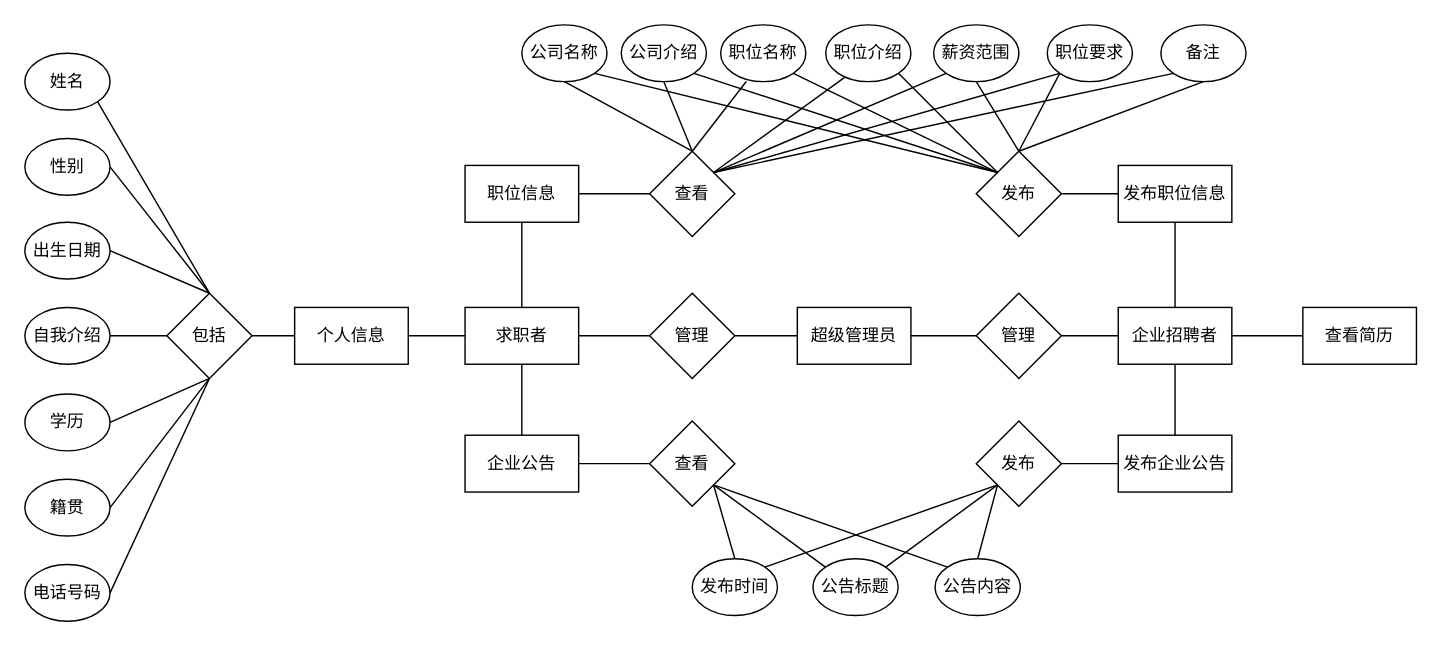
Earlier version of the draw.io diagram ER图.drawio (Tjoney/All). Source tidied: cells renumbered, new cells numbered last; positions are measured from the earlier drawing's top-left corner, leaving out a move shared by most shapes. Both pictures are drawn from the tidied source at 142%, with x=0, y=0 at pixel (24, 24).
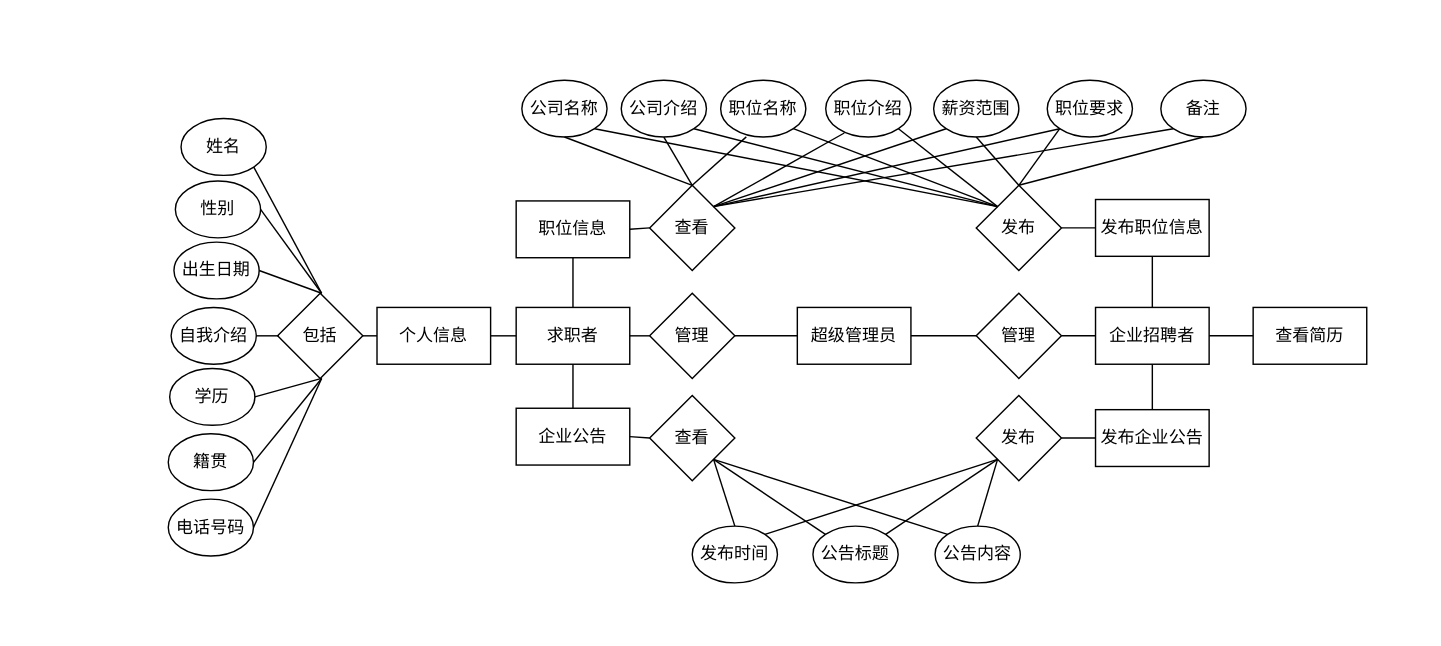
After the change.

The edit, as a diff of the source:
```diff
@@
     <mxCell id="5" value="求职者" style="rounded=0;whiteSpace=wrap;html=1;" parent="1" vertex="1">
-      <mxGeometry x="310" y="199" width="80" height="40" as="geometry" />
+      <mxGeometry x="346" y="199" width="80" height="40" as="geometry" />
     </mxCell>
     <mxCell id="6" value="企业招聘者" style="rounded=0;whiteSpace=wrap;html=1;" parent="1" vertex="1">
-      <mxGeometry x="770" y="199" width="80" height="40" as="geometry" />
+      <mxGeometry x="754" y="199" width="80" height="40" as="geometry" />
     </mxCell>
     <mxCell id="7" value="职位信息" style="rounded=0;whiteSpace=wrap;html=1;" parent="1" vertex="1">
-      <mxGeometry x="310" y="99" width="80" height="40" as="geometry" />
+      <mxGeometry x="346" y="124" width="80" height="40" as="geometry" />
     </mxCell>
     <mxCell id="8" value="企业公告" style="rounded=0;whiteSpace=wrap;html=1;" parent="1" vertex="1">
-      <mxGeometry x="310" y="289" width="80" height="40" as="geometry" />
+      <mxGeometry x="346" y="270" width="80" height="40" as="geometry" />
     </mxCell>
     <mxCell id="9" value="个人信息" style="rounded=0;whiteSpace=wrap;html=1;" parent="1" vertex="1">
-      <mxGeometry x="190" y="199" width="80" height="40" as="geometry" />
+      <mxGeometry x="248" y="199" width="80" height="40" as="geometry" />
     </mxCell>
     <mxCell id="10" value="查看简历" style="rounded=0;whiteSpace=wrap;html=1;" parent="1" vertex="1">
-      <mxGeometry x="900" y="199" width="80" height="40" as="geometry" />
+      <mxGeometry x="865" y="199" width="80" height="40" as="geometry" />
     </mxCell>
     <mxCell id="11" value="发布职位信息" style="rounded=0;whiteSpace=wrap;html=1;" parent="1" vertex="1">
-      <mxGeometry x="770" y="99" width="80" height="40" as="geometry" />
+      <mxGeometry x="754" y="123" width="80" height="40" as="geometry" />
     </mxCell>
     <mxCell id="12" value="发布企业公告" style="rounded=0;whiteSpace=wrap;html=1;" parent="1" vertex="1">
-      <mxGeometry x="770" y="289" width="80" height="40" as="geometry" />
+      <mxGeometry x="754" y="271" width="80" height="40" as="geometry" />
     </mxCell>
@@
     <mxCell id="23" value="公司名称" style="ellipse;whiteSpace=wrap;html=1;" parent="1" vertex="1">
-      <mxGeometry x="350" width="60" height="40" as="geometry" />
+      <mxGeometry x="350" y="39" width="60" height="40" as="geometry" />
     </mxCell>
     <mxCell id="24" value="发布时间" style="ellipse;whiteSpace=wrap;html=1;" parent="1" vertex="1">
-      <mxGeometry x="470" y="376" width="60" height="40" as="geometry" />
+      <mxGeometry x="470" y="353" width="60" height="40" as="geometry" />
     </mxCell>
     <mxCell id="25" value="公司介绍" style="ellipse;whiteSpace=wrap;html=1;" parent="1" vertex="1">
-      <mxGeometry x="420" width="60" height="40" as="geometry" />
+      <mxGeometry x="420" y="39" width="60" height="40" as="geometry" />
     </mxCell>
     <mxCell id="26" value="备注" style="ellipse;whiteSpace=wrap;html=1;" parent="1" vertex="1">
-      <mxGeometry x="800" width="60" height="40" as="geometry" />
+      <mxGeometry x="800" y="39" width="60" height="40" as="geometry" />
     </mxCell>
     <mxCell id="27" value="职位名称" style="ellipse;whiteSpace=wrap;html=1;" parent="1" vertex="1">
-      <mxGeometry x="490" width="60" height="40" as="geometry" />
+      <mxGeometry x="490" y="39" width="60" height="40" as="geometry" />
     </mxCell>
     <mxCell id="28" value="职位介绍" style="ellipse;whiteSpace=wrap;html=1;" parent="1" vertex="1">
-      <mxGeometry x="564" width="60" height="40" as="geometry" />
+      <mxGeometry x="564" y="39" width="60" height="40" as="geometry" />
     </mxCell>
     <mxCell id="29" value="薪资范围" style="ellipse;whiteSpace=wrap;html=1;" parent="1" vertex="1">
-      <mxGeometry x="640" width="60" height="40" as="geometry" />
+      <mxGeometry x="640" y="39" width="60" height="40" as="geometry" />
     </mxCell>
     <mxCell id="30" value="职位要求" style="ellipse;whiteSpace=wrap;html=1;" parent="1" vertex="1">
-      <mxGeometry x="720" width="60" height="40" as="geometry" />
+      <mxGeometry x="720" y="39" width="60" height="40" as="geometry" />
     </mxCell>
     <mxCell id="31" value="查看" style="rhombus;whiteSpace=wrap;html=1;" parent="1" vertex="1">
-      <mxGeometry x="440" y="89" width="60" height="60" as="geometry" />
+      <mxGeometry x="440" y="113" width="60" height="60" as="geometry" />
     </mxCell>
     <mxCell id="32" value="发布" style="rhombus;whiteSpace=wrap;html=1;" parent="1" vertex="1">
-      <mxGeometry x="670" y="89" width="60" height="60" as="geometry" />
+      <mxGeometry x="670" y="113" width="60" height="60" as="geometry" />
     </mxCell>
@@
     <mxCell id="49" value="公告标题" style="ellipse;whiteSpace=wrap;html=1;" parent="1" vertex="1">
-      <mxGeometry x="555" y="376" width="60" height="40" as="geometry" />
+      <mxGeometry x="555" y="353" width="60" height="40" as="geometry" />
     </mxCell>
     <mxCell id="50" value="公告内容" style="ellipse;whiteSpace=wrap;html=1;" parent="1" vertex="1">
-      <mxGeometry x="641" y="376" width="60" height="40" as="geometry" />
+      <mxGeometry x="641" y="353" width="60" height="40" as="geometry" />
     </mxCell>
     <mxCell id="51" value="查看" style="rhombus;whiteSpace=wrap;html=1;" parent="1" vertex="1">
-      <mxGeometry x="440" y="279" width="60" height="60" as="geometry" />
+      <mxGeometry x="440" y="261" width="60" height="60" as="geometry" />
     </mxCell>
     <mxCell id="52" value="发布" style="rhombus;whiteSpace=wrap;html=1;" parent="1" vertex="1">
-      <mxGeometry x="670" y="279" width="60" height="60" as="geometry" />
+      <mxGeometry x="670" y="261" width="60" height="60" as="geometry" />
     </mxCell>
@@
     <mxCell id="61" value="姓名" style="ellipse;whiteSpace=wrap;html=1;" parent="1" vertex="1">
-      <mxGeometry y="20" width="60" height="40" as="geometry" />
+      <mxGeometry x="110" y="66" width="60" height="40" as="geometry" />
     </mxCell>
     <mxCell id="62" value="性别" style="ellipse;whiteSpace=wrap;html=1;" parent="1" vertex="1">
-      <mxGeometry y="80" width="60" height="40" as="geometry" />
+      <mxGeometry x="106" y="110" width="60" height="40" as="geometry" />
     </mxCell>
     <mxCell id="63" value="出生日期" style="ellipse;whiteSpace=wrap;html=1;" parent="1" vertex="1">
-      <mxGeometry y="139" width="60" height="40" as="geometry" />
+      <mxGeometry x="105" y="153" width="60" height="40" as="geometry" />
     </mxCell>
     <mxCell id="64" value="自我介绍" style="ellipse;whiteSpace=wrap;html=1;" parent="1" vertex="1">
-      <mxGeometry y="199" width="60" height="40" as="geometry" />
+      <mxGeometry x="103" y="199" width="60" height="40" as="geometry" />
     </mxCell>
     <mxCell id="65" value="学历" style="ellipse;whiteSpace=wrap;html=1;" parent="1" vertex="1">
-      <mxGeometry y="260" width="60" height="40" as="geometry" />
+      <mxGeometry x="102" y="242" width="60" height="40" as="geometry" />
     </mxCell>
     <mxCell id="66" value="籍贯" style="ellipse;whiteSpace=wrap;html=1;" parent="1" vertex="1">
-      <mxGeometry y="320" width="60" height="40" as="geometry" />
+      <mxGeometry x="101" y="288" width="60" height="40" as="geometry" />
     </mxCell>
     <mxCell id="67" value="电话号码" style="ellipse;whiteSpace=wrap;html=1;" parent="1" vertex="1">
-      <mxGeometry y="380" width="60" height="40" as="geometry" />
+      <mxGeometry x="101" y="334" width="60" height="40" as="geometry" />
     </mxCell>
     <mxCell id="68" value="包括" style="rhombus;whiteSpace=wrap;html=1;" parent="1" vertex="1">
-      <mxGeometry x="100" y="189" width="60" height="60" as="geometry" />
+      <mxGeometry x="178" y="189" width="60" height="60" as="geometry" />
     </mxCell>
@@
-    <mxCell id="70" style="endArrow=none;html=1;rounded=0;exitX=1;exitY=1;exitDx=0;exitDy=0;entryX=0.5;entryY=0;entryDx=0;entryDy=0;" parent="1" edge="1" source="61" target="68">
-      <mxGeometry relative="1" as="geometry" />
+    <mxCell id="70" style="endArrow=none;html=1;rounded=0;exitX=1;exitY=1;exitDx=0;exitDy=0;entryX=0.5;entryY=0;entryDx=0;entryDy=0;" parent="1" edge="1" source="61">
+      <mxGeometry relative="1" as="geometry">
+        <mxPoint x="209" y="189" as="targetPoint" />
+      </mxGeometry>
     </mxCell>
-    <mxCell id="71" style="endArrow=none;html=1;rounded=0;exitX=1;exitY=0.5;exitDx=0;exitDy=0;entryX=0.5;entryY=0;entryDx=0;entryDy=0;" parent="1" edge="1" source="62" target="68">
-      <mxGeometry relative="1" as="geometry" />
+    <mxCell id="71" style="endArrow=none;html=1;rounded=0;exitX=1;exitY=0.5;exitDx=0;exitDy=0;entryX=0.5;entryY=0;entryDx=0;entryDy=0;" parent="1" edge="1" source="62">
+      <mxGeometry relative="1" as="geometry">
+        <mxPoint x="209" y="189" as="targetPoint" />
+      </mxGeometry>
     </mxCell>
-    <mxCell id="72" style="endArrow=none;html=1;rounded=0;exitX=1;exitY=0.5;exitDx=0;exitDy=0;entryX=0.5;entryY=0;entryDx=0;entryDy=0;" parent="1" edge="1" source="63" target="68">
-      <mxGeometry relative="1" as="geometry" />
+    <mxCell id="72" style="endArrow=none;html=1;rounded=0;exitX=1;exitY=0.5;exitDx=0;exitDy=0;entryX=0.5;entryY=0;entryDx=0;entryDy=0;" parent="1" edge="1" source="63">
+      <mxGeometry relative="1" as="geometry">
+        <mxPoint x="209" y="189" as="targetPoint" />
+      </mxGeometry>
     </mxCell>
-    <mxCell id="73" style="endArrow=none;html=1;rounded=0;exitX=1;exitY=0.5;exitDx=0;exitDy=0;entryX=0;entryY=0.5;entryDx=0;entryDy=0;" parent="1" edge="1" source="64" target="68">
-      <mxGeometry relative="1" as="geometry" />
+    <mxCell id="73" style="endArrow=none;html=1;rounded=0;exitX=1;exitY=0.5;exitDx=0;exitDy=0;entryX=0;entryY=0.5;entryDx=0;entryDy=0;" parent="1" edge="1" source="64">
+      <mxGeometry relative="1" as="geometry">
+        <mxPoint x="179" y="219" as="targetPoint" />
+      </mxGeometry>
     </mxCell>
-    <mxCell id="74" style="endArrow=none;html=1;rounded=0;entryX=0.5;entryY=1;entryDx=0;entryDy=0;exitX=1;exitY=0.5;exitDx=0;exitDy=0;" parent="1" edge="1" source="65" target="68">
-      <mxGeometry relative="1" as="geometry" />
+    <mxCell id="74" style="endArrow=none;html=1;rounded=0;entryX=0.5;entryY=1;entryDx=0;entryDy=0;exitX=1;exitY=0.5;exitDx=0;exitDy=0;" parent="1" edge="1" source="65">
+      <mxGeometry relative="1" as="geometry">
+        <mxPoint x="209" y="249" as="targetPoint" />
+      </mxGeometry>
     </mxCell>
-    <mxCell id="75" style="endArrow=none;html=1;rounded=0;entryX=0.5;entryY=1;entryDx=0;entryDy=0;exitX=1;exitY=0.5;exitDx=0;exitDy=0;" parent="1" edge="1" source="66" target="68">
-      <mxGeometry relative="1" as="geometry" />
+    <mxCell id="75" style="endArrow=none;html=1;rounded=0;entryX=0.5;entryY=1;entryDx=0;entryDy=0;exitX=1;exitY=0.5;exitDx=0;exitDy=0;" parent="1" edge="1" source="66">
+      <mxGeometry relative="1" as="geometry">
+        <mxPoint x="209" y="249" as="targetPoint" />
+      </mxGeometry>
     </mxCell>
-    <mxCell id="76" style="endArrow=none;html=1;rounded=0;entryX=0.5;entryY=1;entryDx=0;entryDy=0;exitX=1;exitY=0.5;exitDx=0;exitDy=0;" parent="1" edge="1" source="67" target="68">
-      <mxGeometry relative="1" as="geometry" />
+    <mxCell id="76" style="endArrow=none;html=1;rounded=0;entryX=0.5;entryY=1;entryDx=0;entryDy=0;exitX=1;exitY=0.5;exitDx=0;exitDy=0;" parent="1" edge="1" source="67">
+      <mxGeometry relative="1" as="geometry">
+        <mxPoint x="209" y="249" as="targetPoint" />
+      </mxGeometry>
     </mxCell>
```
